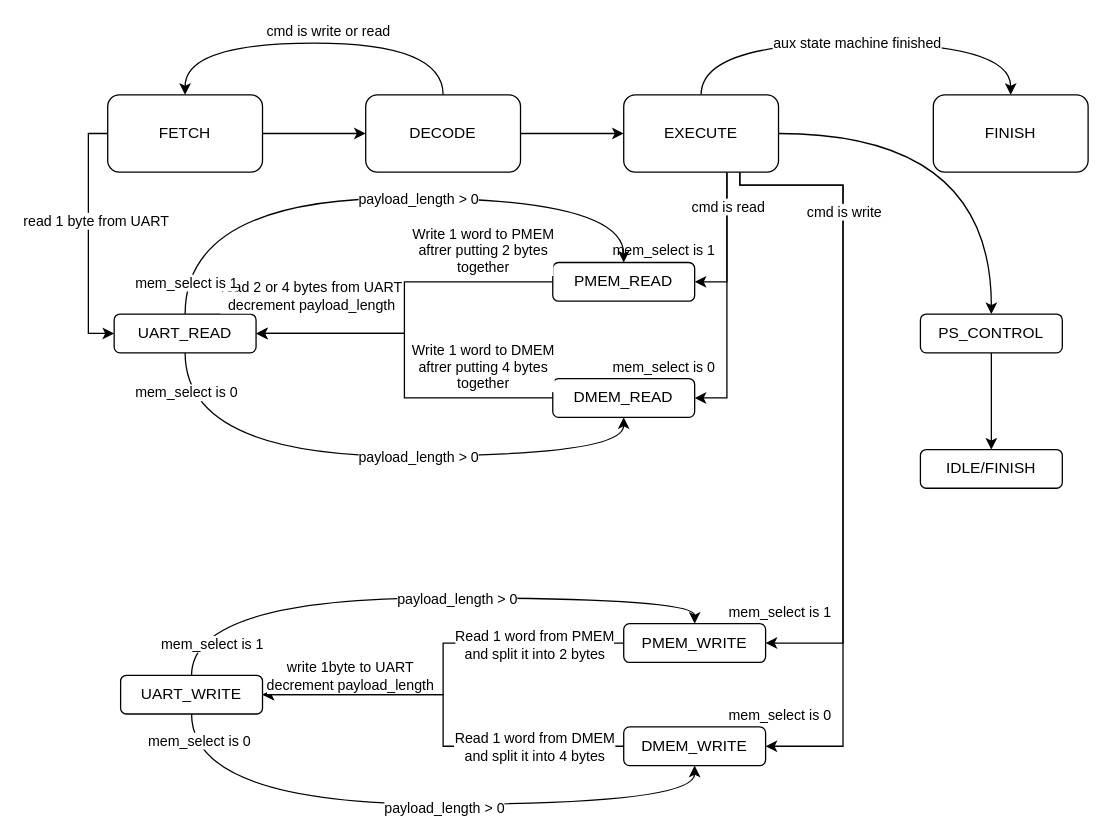
Before: MemoryController.drawio in PetruMicu/CPU_PipelineCore, a draw.io diagram. Source tidied: cells renumbered, new cells numbered last; positions are measured from the earlier drawing's top-left corner, leaving out a move shared by most shapes. Both pictures are drawn from the tidied source at 129%, with x=0, y=0 at pixel (88, 43).
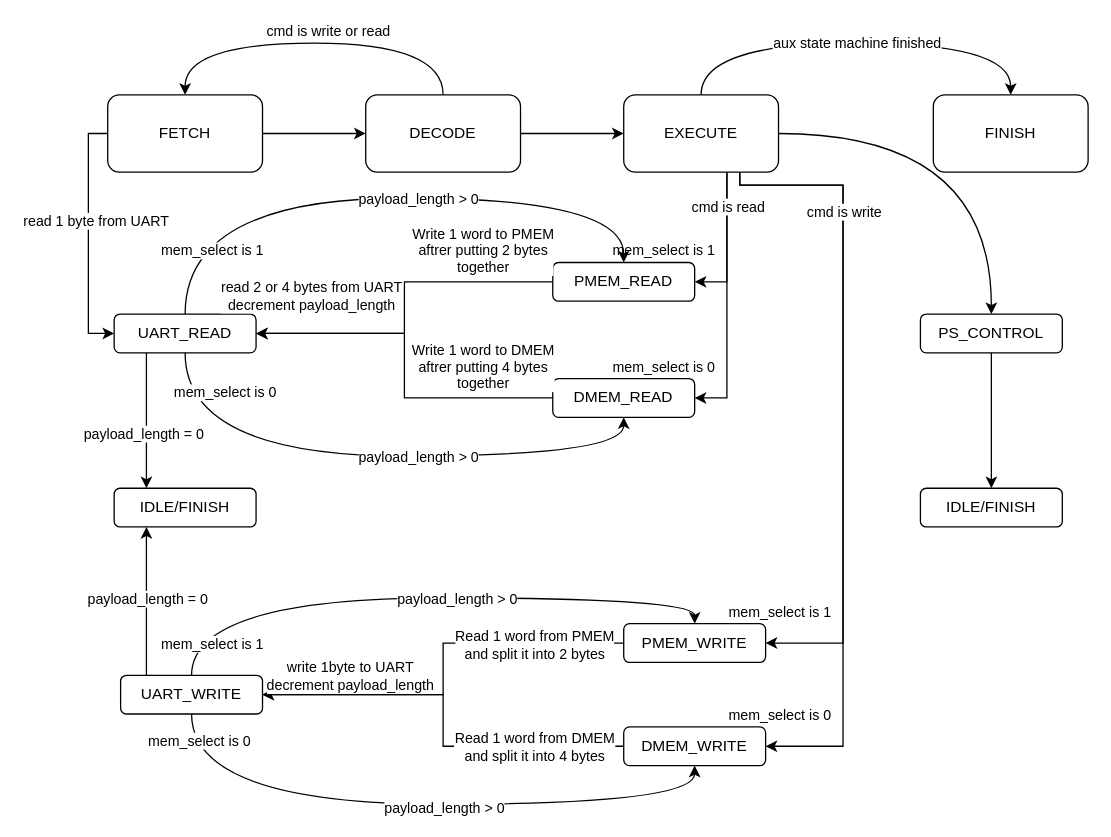
After the change.

Unchanged cells that the change refers to:
```xml
<mxCell id="23" value="UART_READ" style="rounded=1;whiteSpace=wrap;html=1;" parent="1" vertex="1">
  <mxGeometry x="20" y="210" width="110" height="30" as="geometry" />
</mxCell>
```

The edit, as a diff of the source:
```diff
@@
+    <mxCell id="57" style="edgeStyle=orthogonalEdgeStyle;rounded=0;jettySize=auto;html=1;" parent="1" edge="1" source="23" target="60">
+      <mxGeometry relative="1" as="geometry">
+        <Array as="points">
+          <mxPoint x="45" y="280" />
+          <mxPoint x="45" y="280" />
+        </Array>
+      </mxGeometry>
+    </mxCell>
+    <mxCell id="58" value="payload_length = 0" style="edgeLabel;html=1;align=center;verticalAlign=middle;" parent="57" vertex="1">
+      <mxGeometry x="0.18" y="-3" relative="1" as="geometry" />
+    </mxCell>
@@
+    <mxCell id="59" style="edgeStyle=orthogonalEdgeStyle;rounded=0;orthogonalLoop=1;jettySize=auto;html=1;entryX=0.25;entryY=1;entryDx=0;entryDy=0;" parent="1" edge="1">
+      <mxGeometry relative="1" as="geometry">
+        <mxPoint x="45" y="490" as="sourcePoint" />
+        <mxPoint x="45" y="375" as="targetPoint" />
+        <Array as="points">
+          <mxPoint x="45.5" y="433" />
+        </Array>
+      </mxGeometry>
+    </mxCell>
@@
     <mxCell id="49" value="IDLE/FINISH" style="rounded=1;whiteSpace=wrap;html=1;" parent="1" vertex="1">
-      <mxGeometry x="645" y="315" width="110" height="30" as="geometry" />
+      <mxGeometry x="645" y="345" width="110" height="30" as="geometry" />
     </mxCell>
@@
     <mxCell id="54" value="mem_select is 0" style="edgeLabel;html=1;align=center;verticalAlign=middle;" parent="1" vertex="1">
-      <mxGeometry x="75" y="270" as="geometry" />
+      <mxGeometry x="105" y="270" as="geometry" />
     </mxCell>
@@
     <mxCell id="56" value="mem_select is 1" style="edgeLabel;html=1;align=center;verticalAlign=middle;" parent="1" vertex="1">
-      <mxGeometry x="75" y="185" as="geometry" />
+      <mxGeometry x="95" y="160" as="geometry" />
     </mxCell>
+    <mxCell id="60" value="IDLE/FINISH" style="rounded=1;whiteSpace=wrap;html=1;" parent="1" vertex="1">
+      <mxGeometry x="20" y="345" width="110" height="30" as="geometry" />
+    </mxCell>
+    <mxCell id="61" value="payload_length = 0" style="edgeLabel;html=1;align=center;verticalAlign=middle;" parent="1" vertex="1">
+      <mxGeometry x="45" y="430" as="geometry" />
+    </mxCell>
```
